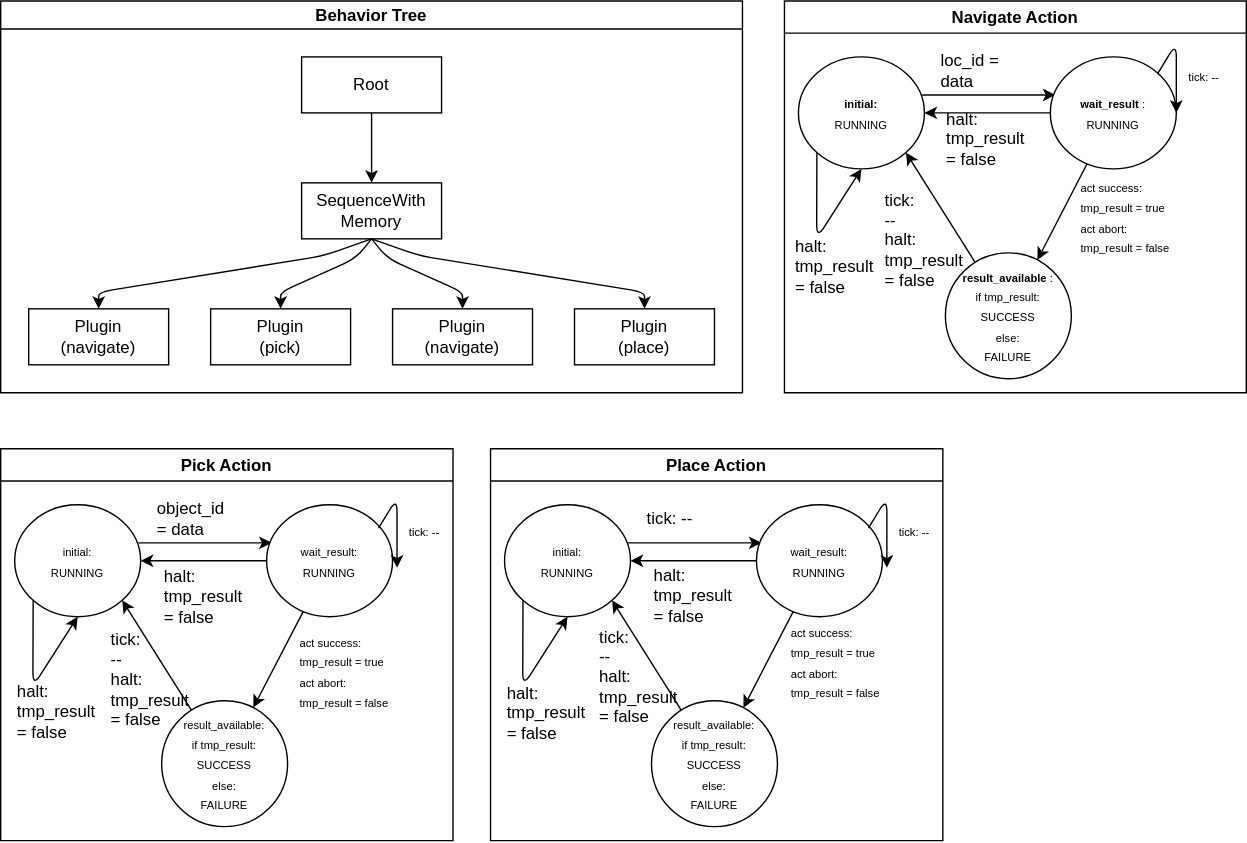
convince-project/AS2FM keeps this draw.io diagram as docs/source/graphics/scxml_tutorial_ros_fetch_and_carry_bt.drawio.svg. Above is the earlier version. Source tidied: cells renumbered, new cells last; positions are measured from the earlier drawing's top-left corner, leaving out a move shared by most shapes.
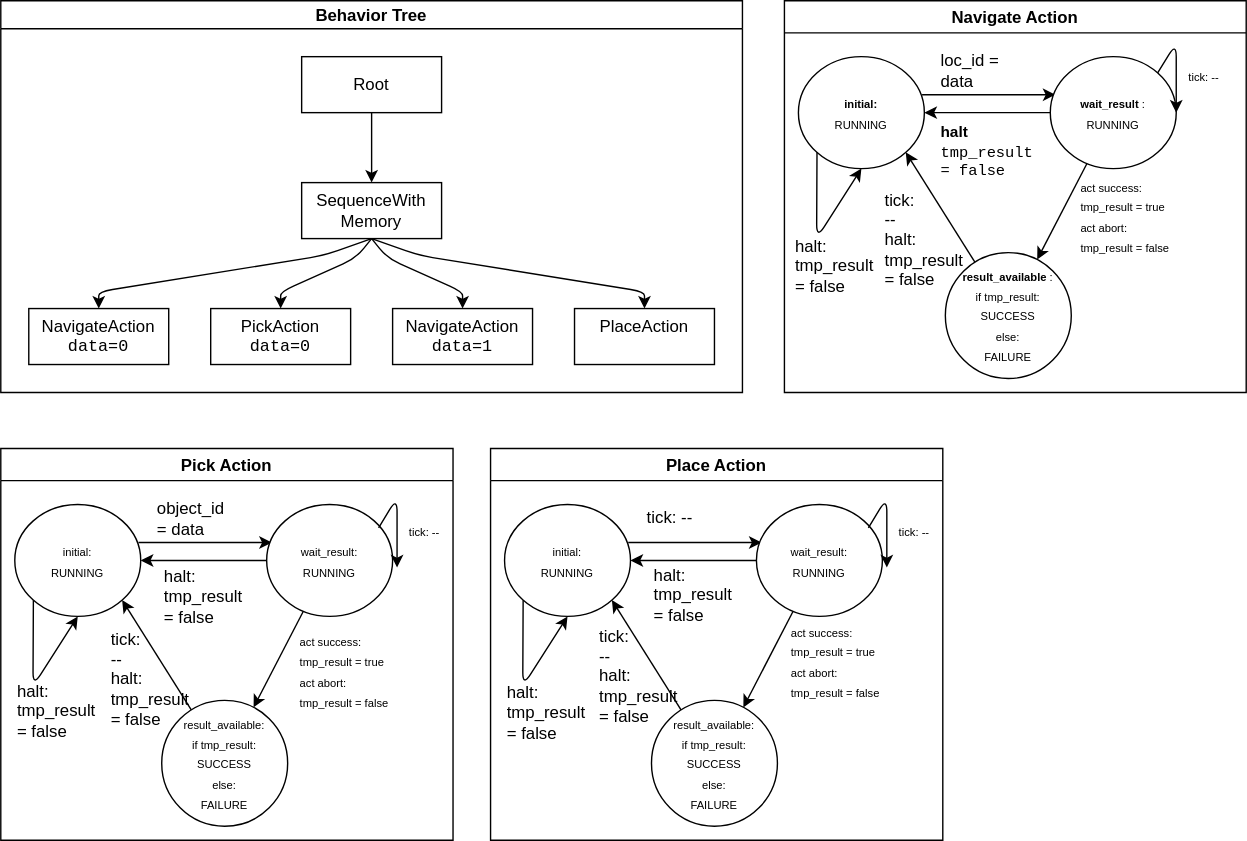
Later version of the same file.

Commit message:
blackboard data in bt

Diff of the diagram source:
```diff
@@ -27,10 +27,10 @@
         </Array>
       </mxGeometry>
     </mxCell>
-    <mxCell id="7" value="Plugin&lt;br&gt;(navigate)" style="whiteSpace=wrap;html=1;" parent="2" vertex="1">
+    <mxCell id="7" value="NavigateAction&lt;br&gt;&lt;font face=&quot;Courier New&quot;&gt;data=0&lt;/font&gt;" style="whiteSpace=wrap;html=1;" parent="2" vertex="1">
       <mxGeometry x="20" y="220" width="100" height="40" as="geometry" />
     </mxCell>
-    <mxCell id="8" value="Plugin&lt;br&gt;(pick)" style="whiteSpace=wrap;html=1;" parent="2" vertex="1">
+    <mxCell id="8" value="PickAction&lt;br&gt;&lt;font face=&quot;Courier New&quot;&gt;data=0&lt;/font&gt;" style="whiteSpace=wrap;html=1;" parent="2" vertex="1">
       <mxGeometry x="150" y="220" width="100" height="40" as="geometry" />
     </mxCell>
     <mxCell id="9" style="edgeStyle=none;html=1;exitX=0.5;exitY=1;exitDx=0;exitDy=0;entryX=0.5;entryY=0;entryDx=0;entryDy=0;noEdgeStyle=1;orthogonal=1;" parent="2" edge="1" source="4" target="8">
@@ -49,7 +49,7 @@
         </Array>
       </mxGeometry>
     </mxCell>
-    <mxCell id="11" value="Plugin&lt;br&gt;(navigate)" style="whiteSpace=wrap;html=1;" parent="2" vertex="1">
+    <mxCell id="11" value="NavigateAction&lt;br&gt;&lt;font face=&quot;Courier New&quot;&gt;data=1&lt;/font&gt;" style="whiteSpace=wrap;html=1;" parent="2" vertex="1">
       <mxGeometry x="280" y="220" width="100" height="40" as="geometry" />
     </mxCell>
     <mxCell id="12" style="html=1;rounded=1;curved=0;sourcePerimeterSpacing=0;targetPerimeterSpacing=0;startSize=6;endSize=6;noEdgeStyle=1;orthogonal=1;exitX=0.5;exitY=1;exitDx=0;exitDy=0;" parent="2" edge="1" source="4" target="13">
@@ -60,7 +60,7 @@
         </Array>
       </mxGeometry>
     </mxCell>
-    <mxCell id="13" value="Plugin&lt;br&gt;(place)" style="whiteSpace=wrap;html=1;" parent="2" vertex="1">
+    <mxCell id="13" value="PlaceAction&lt;div&gt;&lt;br/&gt;&lt;/div&gt;" style="whiteSpace=wrap;html=1;" parent="2" vertex="1">
       <mxGeometry x="410" y="220" width="100" height="40" as="geometry" />
     </mxCell>
     <mxCell id="14" value="Navigate Action" style="swimlane;" parent="1" vertex="1">
@@ -113,6 +113,9 @@
     <mxCell id="27" value="halt:&lt;br&gt;tmp_result = false" style="text;strokeColor=none;align=left;fillColor=none;html=1;verticalAlign=middle;whiteSpace=wrap;rounded=0;" parent="14" vertex="1">
       <mxGeometry x="6" y="175" width="60" height="29" as="geometry" />
     </mxCell>
+    <mxCell id="30" value="&lt;b style=&quot;line-height: 100%;&quot;&gt;&lt;font style=&quot;font-size: 11px; line-height: 100%;&quot;&gt;halt&lt;/font&gt;&lt;/b&gt;&lt;div style=&quot;line-height: 100%;&quot;&gt;&lt;font style=&quot;font-size: 11px; line-height: 100%;&quot; face=&quot;Courier New&quot;&gt;tmp_result = false&lt;/font&gt;&lt;/div&gt;" style="text;strokeColor=none;align=left;fillColor=none;html=1;verticalAlign=middle;whiteSpace=wrap;rounded=0;" parent="14" vertex="1">
+      <mxGeometry x="110" y="84" width="76" height="46" as="geometry" />
+    </mxCell>
     <mxCell id="28" style="edgeStyle=none;html=1;" parent="1" edge="1" source="8">
       <mxGeometry relative="1" as="geometry">
         <mxPoint x="200" y="220" as="targetPoint" />
@@ -121,9 +124,6 @@
     <mxCell id="29" value="&lt;font style=&quot;font-size: 8px;&quot;&gt;act success:&lt;br&gt;tmp_result = true&lt;br&gt;act abort:&lt;br&gt;tmp_result = false&lt;/font&gt;" style="text;strokeColor=none;align=left;fillColor=none;html=1;verticalAlign=middle;whiteSpace=wrap;rounded=0;" parent="1" vertex="1">
       <mxGeometry x="770" y="139" width="74" height="29" as="geometry" />
     </mxCell>
-    <mxCell id="30" value="halt: tmp_result = false" style="text;strokeColor=none;align=left;fillColor=none;html=1;verticalAlign=middle;whiteSpace=wrap;rounded=0;" parent="1" vertex="1">
-      <mxGeometry x="674" y="84" width="60" height="30" as="geometry" />
-    </mxCell>
     <mxCell id="31" value="Pick Action" style="swimlane;startSize=23;" parent="1" vertex="1">
       <mxGeometry y="320" width="323.2" height="280" as="geometry" />
     </mxCell>
```
